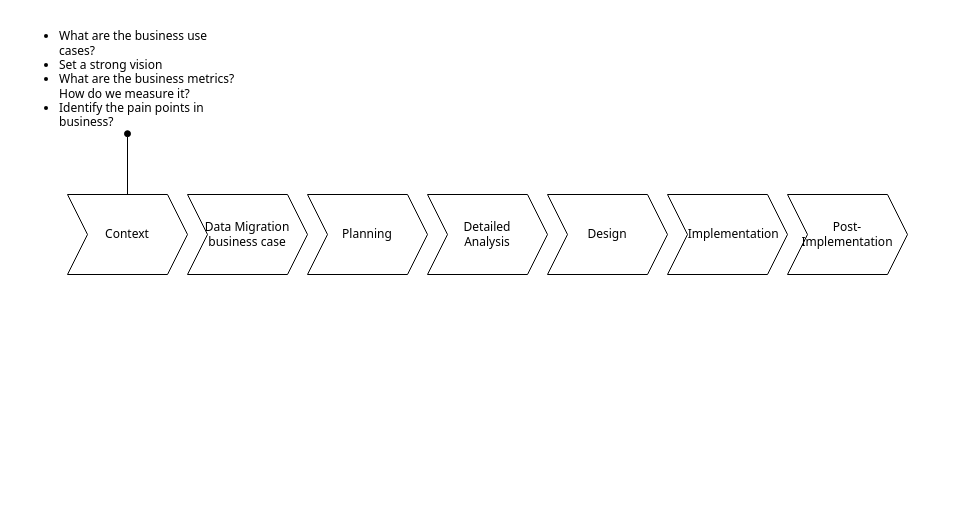
The draw.io diagram data migration plan.drawio in kanchantewary/MindMaps, before the edit. Source tidied: cells renumbered, new cells numbered last; positions are measured from the earlier drawing's top-left corner, leaving out a move shared by most shapes. Both pictures are drawn from the tidied source at 100%, with x=0, y=0 at pixel (17, 24).
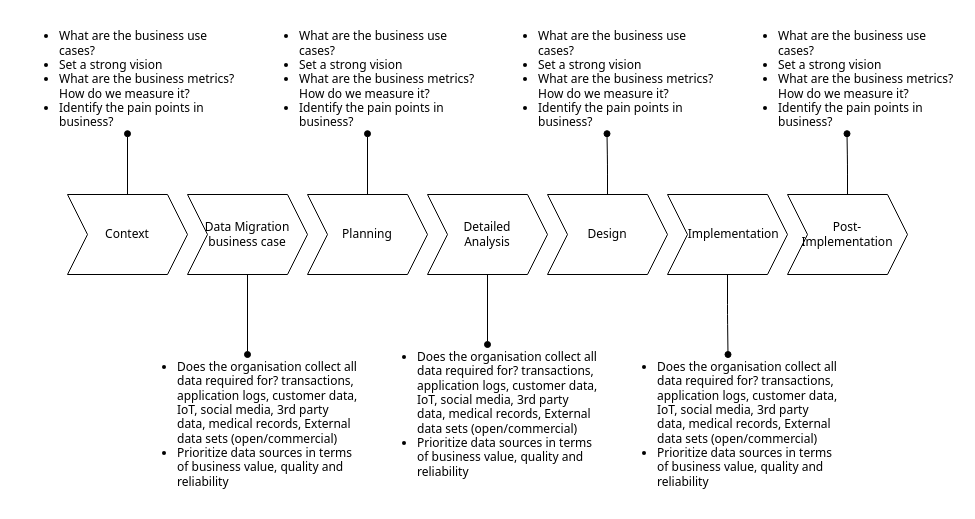
The same diagram, later.

Unchanged cells that the change refers to:
```xml
<mxCell id="2" value="Data Migration business case" style="shape=step;perimeter=stepPerimeter;whiteSpace=wrap;html=1;fixedSize=1;fontFamily=Tahoma;" parent="1" vertex="1">
  <mxGeometry x="170" y="170" width="120" height="80" as="geometry" />
</mxCell>
<mxCell id="3" value="Planning" style="shape=step;perimeter=stepPerimeter;whiteSpace=wrap;html=1;fixedSize=1;fontFamily=Tahoma;" parent="1" vertex="1">
  <mxGeometry x="290" y="170" width="120" height="80" as="geometry" />
</mxCell>
<mxCell id="4" value="Detailed &lt;br&gt;Analysis" style="shape=step;perimeter=stepPerimeter;whiteSpace=wrap;html=1;fixedSize=1;fontFamily=Tahoma;" parent="1" vertex="1">
  <mxGeometry x="410" y="170" width="120" height="80" as="geometry" />
</mxCell>
<mxCell id="5" value="Design" style="shape=step;perimeter=stepPerimeter;whiteSpace=wrap;html=1;fixedSize=1;fontFamily=Tahoma;" parent="1" vertex="1">
  <mxGeometry x="530" y="170" width="120" height="80" as="geometry" />
</mxCell>
<mxCell id="6" value="&amp;nbsp; &amp;nbsp; Implementation" style="shape=step;perimeter=stepPerimeter;whiteSpace=wrap;html=1;fixedSize=1;fontFamily=Tahoma;align=center;" parent="1" vertex="1">
  <mxGeometry x="650" y="170" width="120" height="80" as="geometry" />
</mxCell>
<mxCell id="7" value="Post-&lt;br&gt;Implementation" style="shape=step;perimeter=stepPerimeter;whiteSpace=wrap;html=1;fixedSize=1;fontFamily=Tahoma;" parent="1" vertex="1">
  <mxGeometry x="770" y="170" width="120" height="80" as="geometry" />
</mxCell>
```

What changed in the source:
```diff
@@
+    <mxCell id="11" style="edgeStyle=orthogonalEdgeStyle;rounded=1;jettySize=auto;html=1;fontFamily=Tahoma;endArrow=oval;endFill=1;" parent="1" edge="1" source="2" target="12">
+      <mxGeometry relative="1" as="geometry" />
+    </mxCell>
+    <mxCell id="12" value="&lt;ul&gt;&lt;li&gt;Does the organisation collect all data required for? transactions, application logs, customer data, IoT, social media, 3rd party data, medical records, External data sets (open/commercial)&lt;/li&gt;&lt;li&gt;Prioritize data sources in terms of business value, quality and reliability&lt;/li&gt;&lt;/ul&gt;" style="text;html=1;strokeColor=none;fillColor=none;align=left;verticalAlign=middle;whiteSpace=wrap;rounded=0;fontFamily=Tahoma;" parent="1" vertex="1">
+      <mxGeometry x="117.5" y="330" width="225" height="140" as="geometry" />
+    </mxCell>
+    <mxCell id="13" style="edgeStyle=orthogonalEdgeStyle;rounded=1;jettySize=auto;html=1;fontFamily=Tahoma;endArrow=oval;endFill=1;" parent="1" edge="1" source="3" target="14">
+      <mxGeometry relative="1" as="geometry" />
+    </mxCell>
+    <mxCell id="14" value="&lt;ul&gt;&lt;li&gt;What are the business use cases?&lt;/li&gt;&lt;li&gt;Set a strong vision&lt;/li&gt;&lt;li&gt;What are the business metrics? How do we measure it?&lt;/li&gt;&lt;li&gt;Identify the pain points in business?&lt;/li&gt;&lt;/ul&gt;" style="text;html=1;strokeColor=none;fillColor=none;align=left;verticalAlign=middle;whiteSpace=wrap;rounded=0;fontFamily=Tahoma;" parent="1" vertex="1">
+      <mxGeometry x="239.5" width="221" height="109.2" as="geometry" />
+    </mxCell>
+    <mxCell id="15" style="edgeStyle=orthogonalEdgeStyle;rounded=1;jettySize=auto;html=1;fontFamily=Tahoma;endArrow=oval;endFill=1;" parent="1" edge="1" source="5" target="16">
+      <mxGeometry relative="1" as="geometry" />
+    </mxCell>
+    <mxCell id="16" value="&lt;ul&gt;&lt;li&gt;What are the business use cases?&lt;/li&gt;&lt;li&gt;Set a strong vision&lt;/li&gt;&lt;li&gt;What are the business metrics? How do we measure it?&lt;/li&gt;&lt;li&gt;Identify the pain points in business?&lt;/li&gt;&lt;/ul&gt;" style="text;html=1;strokeColor=none;fillColor=none;align=left;verticalAlign=middle;whiteSpace=wrap;rounded=0;fontFamily=Tahoma;" parent="1" vertex="1">
+      <mxGeometry x="479" width="221" height="109.2" as="geometry" />
+    </mxCell>
+    <mxCell id="17" style="edgeStyle=orthogonalEdgeStyle;rounded=1;jettySize=auto;html=1;fontFamily=Tahoma;endArrow=oval;endFill=1;" parent="1" edge="1" source="7" target="18">
+      <mxGeometry relative="1" as="geometry" />
+    </mxCell>
+    <mxCell id="18" value="&lt;ul&gt;&lt;li&gt;What are the business use cases?&lt;/li&gt;&lt;li&gt;Set a strong vision&lt;/li&gt;&lt;li&gt;What are the business metrics? How do we measure it?&lt;/li&gt;&lt;li&gt;Identify the pain points in business?&lt;/li&gt;&lt;/ul&gt;" style="text;html=1;strokeColor=none;fillColor=none;align=left;verticalAlign=middle;whiteSpace=wrap;rounded=0;fontFamily=Tahoma;" parent="1" vertex="1">
+      <mxGeometry x="719" width="221" height="109.2" as="geometry" />
+    </mxCell>
+    <mxCell id="19" style="edgeStyle=orthogonalEdgeStyle;rounded=1;jettySize=auto;html=1;fontFamily=Tahoma;endArrow=oval;endFill=1;" parent="1" edge="1" source="4" target="20">
+      <mxGeometry relative="1" as="geometry" />
+    </mxCell>
+    <mxCell id="20" value="&lt;ul&gt;&lt;li&gt;Does the organisation collect all data required for? transactions, application logs, customer data, IoT, social media, 3rd party data, medical records, External data sets (open/commercial)&lt;/li&gt;&lt;li&gt;Prioritize data sources in terms of business value, quality and reliability&lt;/li&gt;&lt;/ul&gt;" style="text;html=1;strokeColor=none;fillColor=none;align=left;verticalAlign=middle;whiteSpace=wrap;rounded=0;fontFamily=Tahoma;" parent="1" vertex="1">
+      <mxGeometry x="357.5" y="320" width="225" height="140" as="geometry" />
+    </mxCell>
+    <mxCell id="21" style="edgeStyle=orthogonalEdgeStyle;rounded=1;jettySize=auto;html=1;fontFamily=Tahoma;endArrow=oval;endFill=1;" parent="1" edge="1" source="6" target="22">
+      <mxGeometry relative="1" as="geometry" />
+    </mxCell>
+    <mxCell id="22" value="&lt;ul&gt;&lt;li&gt;Does the organisation collect all data required for? transactions, application logs, customer data, IoT, social media, 3rd party data, medical records, External data sets (open/commercial)&lt;/li&gt;&lt;li&gt;Prioritize data sources in terms of business value, quality and reliability&lt;/li&gt;&lt;/ul&gt;" style="text;html=1;strokeColor=none;fillColor=none;align=left;verticalAlign=middle;whiteSpace=wrap;rounded=0;fontFamily=Tahoma;" parent="1" vertex="1">
+      <mxGeometry x="598" y="330" width="225" height="140" as="geometry" />
+    </mxCell>
```
